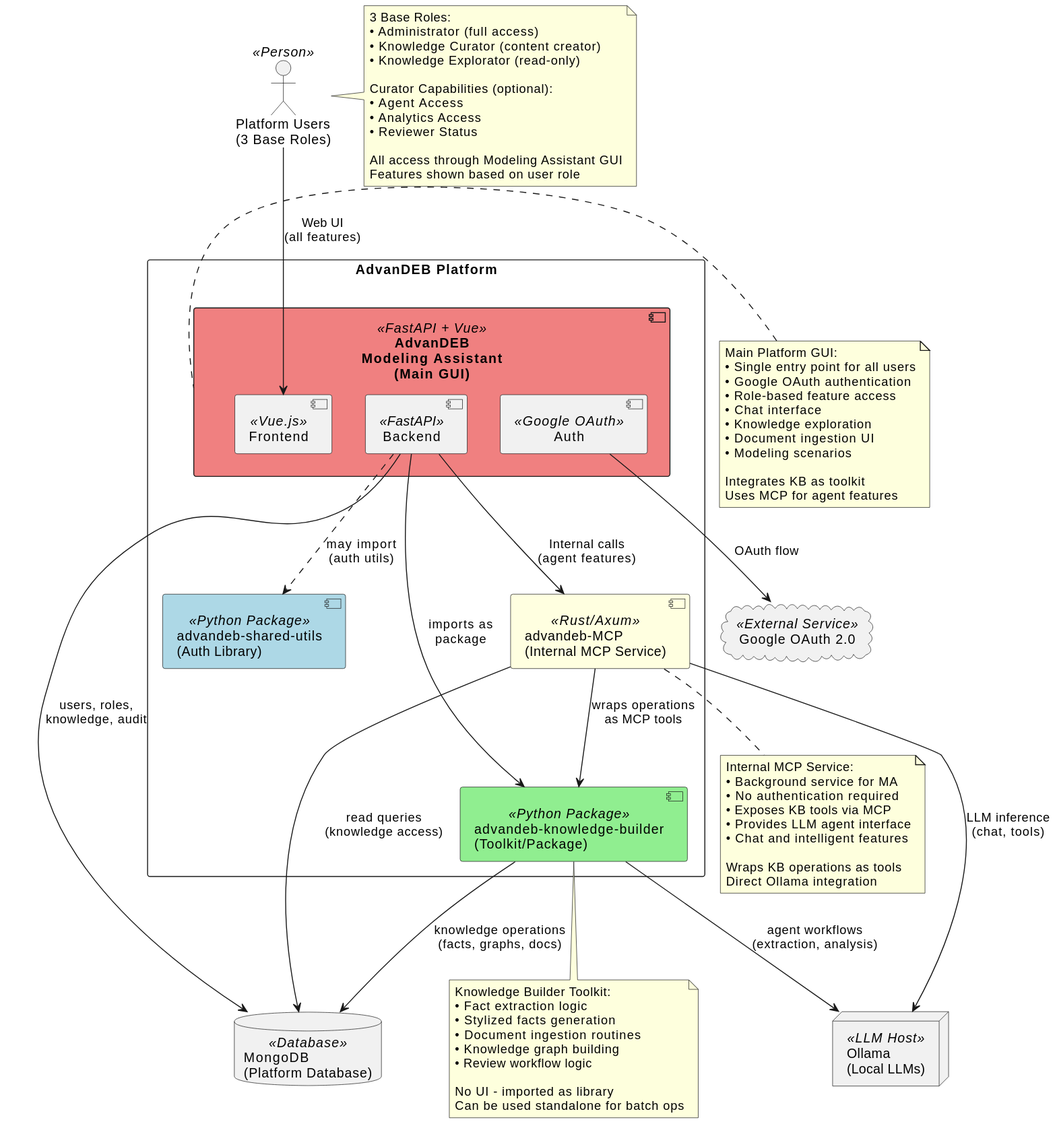
This is docs/diagrams/system-context.svg from AdvanDEB/advandeb, a PlantUML export, as it was before one commit.
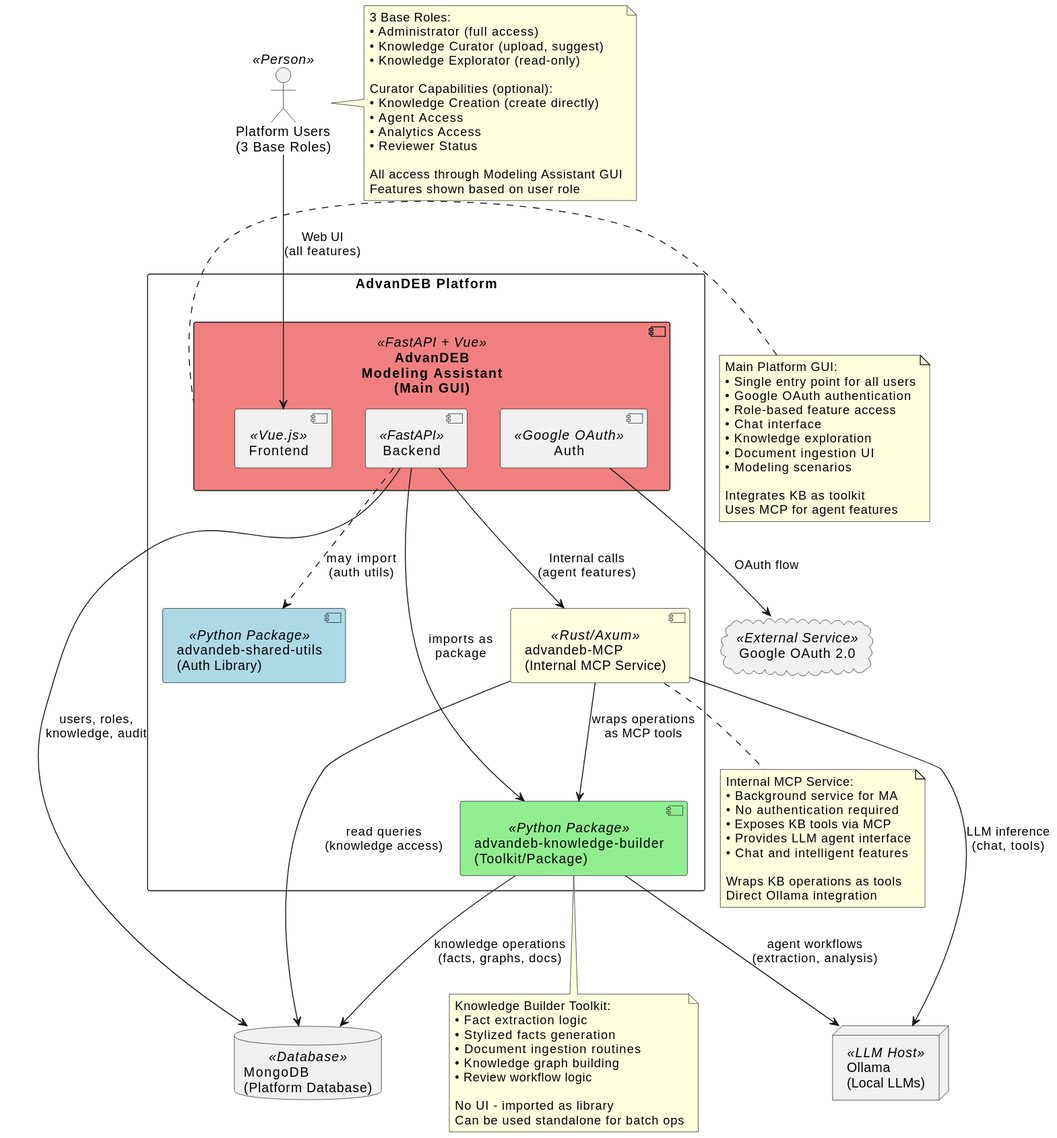
After the commit.

Commit message:
Update role diagrams to reflect revised curator permissions

The edit, as a diff of the source:
```diff
@@ -39,10 +39,11 @@
 note right of Users
   3 Base Roles:
   • Administrator (full access)
-  • Knowledge Curator (content creator)
+  • Knowledge Curator (upload, suggest)
   • Knowledge Explorator (read-only)
 
   Curator Capabilities (optional):
+  • Knowledge Creation (create directly)
   • Agent Access
   • Analytics Access
   • Reviewer Status
```
